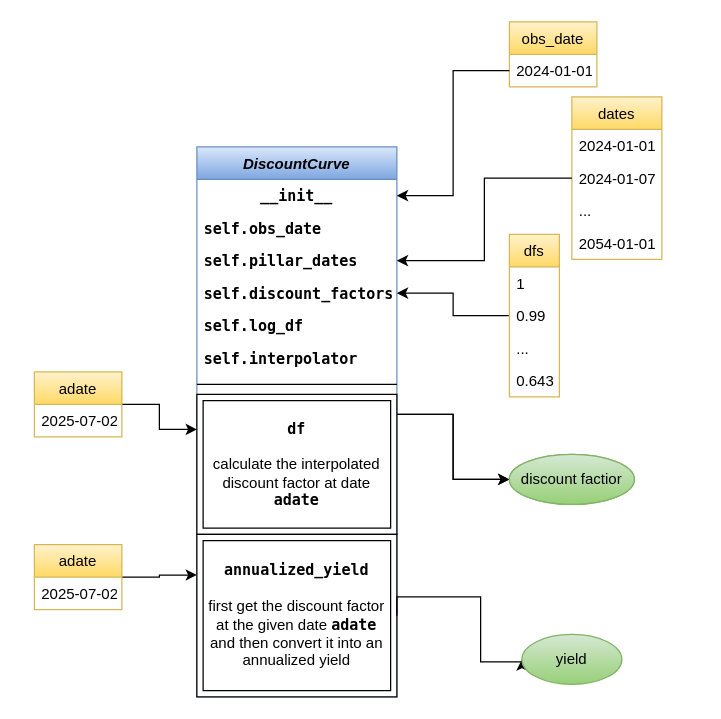
Before: input_files/DiscountCurveClass.drawio in matteosan1/finance_course, a draw.io diagram. Source tidied: cells renumbered, new cells numbered last; positions are measured from the earlier drawing's top-left corner, leaving out a move shared by most shapes. Both pictures are drawn from the tidied source at 125%, with x=0, y=0 at pixel (34, 21).
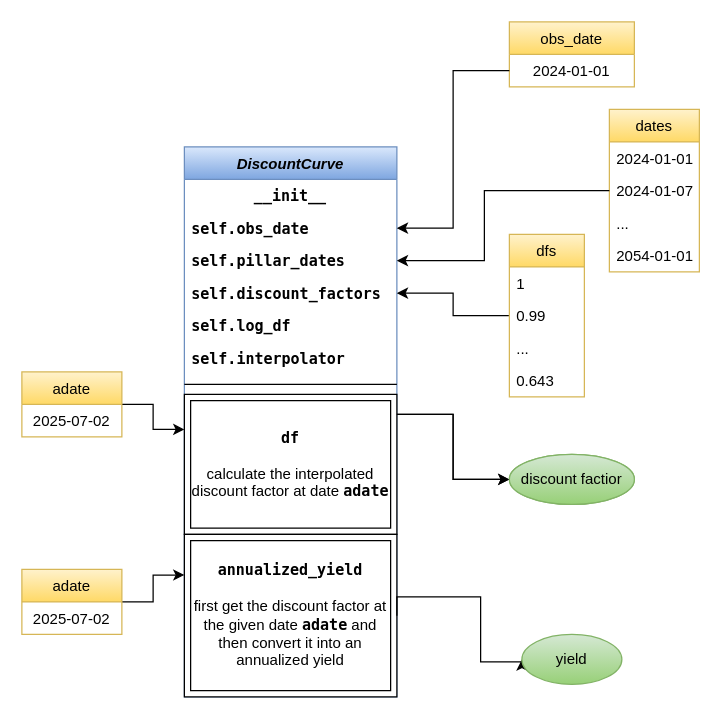
Above is the later version.

The change refers to these unchanged cells:
```xml
<mxCell id="14" value="2024-01-07" style="text;align=left;verticalAlign=top;spacingLeft=4;spacingRight=4;overflow=hidden;points=[[0,0.5],[1,0.5]];portConstraint=eastwest;rounded=0;shadow=0;html=0;" parent="12" vertex="1">
  <mxGeometry y="52" width="72" height="26" as="geometry" />
</mxCell>
```

Diff of the diagram source:
```diff
@@
     <mxCell id="2" value="DiscountCurve" style="swimlane;fontStyle=3;align=center;verticalAlign=top;horizontal=1;startSize=26;rounded=0;shadow=0;strokeWidth=1;fillColor=#dae8fc;strokeColor=#6c8ebf;gradientColor=#7ea6e0;" parent="1" vertex="1">
-      <mxGeometry x="130" y="100" width="160" height="440" as="geometry" />
+      <mxGeometry x="120" y="100" width="170" height="440" as="geometry" />
     </mxCell>
     <mxCell id="3" value="__init__" style="text;align=center;verticalAlign=top;spacingLeft=4;spacingRight=4;overflow=hidden;points=[[0,0.5],[1,0.5]];portConstraint=eastwest;fontFamily=Lucida Console;fontStyle=1;" parent="2" vertex="1">
-      <mxGeometry y="26" width="160" height="26" as="geometry" />
+      <mxGeometry y="26" width="170" height="26" as="geometry" />
     </mxCell>
     <mxCell id="4" value="self.obs_date" style="text;align=left;verticalAlign=top;spacingLeft=4;spacingRight=4;overflow=hidden;points=[[0,0.5],[1,0.5]];portConstraint=eastwest;fontFamily=Lucida Console;fontStyle=1;" parent="2" vertex="1">
-      <mxGeometry y="52" width="160" height="26" as="geometry" />
+      <mxGeometry y="52" width="170" height="26" as="geometry" />
     </mxCell>
     <mxCell id="5" value="self.pillar_dates" style="text;align=left;verticalAlign=top;spacingLeft=4;spacingRight=4;overflow=hidden;points=[[0,0.5],[1,0.5]];portConstraint=eastwest;rounded=0;shadow=0;html=0;fontStyle=1;fontFamily=Lucida Console;" parent="2" vertex="1">
-      <mxGeometry y="78" width="160" height="26" as="geometry" />
+      <mxGeometry y="78" width="170" height="26" as="geometry" />
     </mxCell>
     <mxCell id="6" value="self.discount_factors" style="text;align=left;verticalAlign=top;spacingLeft=4;spacingRight=4;overflow=hidden;points=[[0,0.5],[1,0.5]];portConstraint=eastwest;rounded=0;shadow=0;html=0;fontStyle=1;fontFamily=Lucida Console;" parent="2" vertex="1">
-      <mxGeometry y="104" width="160" height="26" as="geometry" />
+      <mxGeometry y="104" width="170" height="26" as="geometry" />
     </mxCell>
     <mxCell id="7" value="self.log_df" style="text;align=left;verticalAlign=top;spacingLeft=4;spacingRight=4;overflow=hidden;rounded=0;shadow=0;html=0;fontStyle=1;fontFamily=Lucida Console;" parent="2" vertex="1">
-      <mxGeometry y="130" width="160" height="26" as="geometry" />
+      <mxGeometry y="130" width="170" height="26" as="geometry" />
     </mxCell>
     <mxCell id="8" value="self.interpolator" style="text;align=left;verticalAlign=top;spacingLeft=4;spacingRight=4;overflow=hidden;rounded=0;shadow=0;html=0;fontStyle=1;fontFamily=Lucida Console;" parent="2" vertex="1">
-      <mxGeometry y="156" width="160" height="26" as="geometry" />
+      <mxGeometry y="156" width="170" height="26" as="geometry" />
     </mxCell>
     <mxCell id="9" style="line;html=1;strokeWidth=1;align=left;verticalAlign=middle;spacingTop=-1;spacingLeft=3;spacingRight=3;labelPosition=right;" parent="2" vertex="1">
-      <mxGeometry y="182" width="160" height="16" as="geometry" />
+      <mxGeometry y="182" width="170" height="16" as="geometry" />
     </mxCell>
     <mxCell id="10" value="&lt;font style=&quot;font-weight: bold;&quot; face=&quot;Lucida Console&quot;&gt;df&lt;/font&gt;&lt;br&gt;&lt;br&gt;&lt;font style=&quot;&quot; face=&quot;Helvetica&quot;&gt;calculate the interpolated discount factor at date &lt;/font&gt;&lt;font style=&quot;font-weight: bold;&quot; face=&quot;Lucida Console&quot;&gt;adate&lt;/font&gt;" style="shape=ext;margin=3;double=1;whiteSpace=wrap;html=1;align=center;" parent="2" vertex="1">
-      <mxGeometry y="198" width="160" height="112" as="geometry" />
+      <mxGeometry y="198" width="170" height="112" as="geometry" />
     </mxCell>
     <mxCell id="11" value="&lt;b&gt;&lt;font face=&quot;Lucida Console&quot;&gt;annualized_yield&lt;/font&gt;&lt;/b&gt;&lt;br&gt;&lt;br&gt;first get the discount factor at the given date &lt;b&gt;&lt;font face=&quot;Lucida Console&quot;&gt;adate&lt;/font&gt;&lt;/b&gt; and then convert it into an annualized yield" style="shape=ext;margin=3;double=1;whiteSpace=wrap;html=1;align=center;" parent="2" vertex="1">
-      <mxGeometry y="310" width="160" height="130" as="geometry" />
+      <mxGeometry y="310" width="170" height="130" as="geometry" />
     </mxCell>
     <mxCell id="12" value="dates" style="swimlane;fontStyle=0;align=center;verticalAlign=top;horizontal=1;startSize=26;rounded=0;shadow=0;strokeWidth=1;fillColor=#fff2cc;gradientColor=#ffd966;strokeColor=#d6b656;" parent="1" vertex="1">
-      <mxGeometry x="430" y="60" width="72" height="130" as="geometry" />
+      <mxGeometry x="460" y="70" width="72" height="130" as="geometry" />
     </mxCell>
@@
     <mxCell id="18" value="dfs" style="swimlane;fontStyle=0;align=center;verticalAlign=top;horizontal=1;startSize=26;rounded=0;shadow=0;strokeWidth=1;fillColor=#fff2cc;gradientColor=#ffd966;strokeColor=#d6b656;" parent="1" vertex="1">
-      <mxGeometry x="380" y="170" width="40" height="130" as="geometry" />
+      <mxGeometry x="380" y="170" width="60" height="130" as="geometry" />
     </mxCell>
     <mxCell id="19" value="1" style="text;align=left;verticalAlign=top;spacingLeft=4;spacingRight=4;overflow=hidden;" parent="18" vertex="1">
-      <mxGeometry y="26" width="40" height="26" as="geometry" />
+      <mxGeometry y="26" width="60" height="26" as="geometry" />
     </mxCell>
     <mxCell id="20" value="0.99" style="text;align=left;verticalAlign=top;spacingLeft=4;spacingRight=4;overflow=hidden;rounded=0;shadow=0;html=0;" parent="18" vertex="1">
-      <mxGeometry y="52" width="40" height="26" as="geometry" />
+      <mxGeometry y="52" width="60" height="26" as="geometry" />
     </mxCell>
     <mxCell id="21" value="..." style="text;align=left;verticalAlign=top;spacingLeft=4;spacingRight=4;overflow=hidden;rounded=0;shadow=0;html=0;" parent="18" vertex="1">
-      <mxGeometry y="78" width="40" height="26" as="geometry" />
+      <mxGeometry y="78" width="60" height="26" as="geometry" />
     </mxCell>
     <mxCell id="22" value="0.643" style="text;align=left;verticalAlign=top;spacingLeft=4;spacingRight=4;overflow=hidden;rounded=0;shadow=0;html=0;" parent="18" vertex="1">
-      <mxGeometry y="104" width="40" height="26" as="geometry" />
+      <mxGeometry y="104" width="60" height="26" as="geometry" />
     </mxCell>
     <mxCell id="23" value="obs_date" style="swimlane;fontStyle=0;align=center;verticalAlign=top;horizontal=1;startSize=26;rounded=0;shadow=0;strokeWidth=1;fillColor=#fff2cc;gradientColor=#ffd966;strokeColor=#d6b656;" parent="1" vertex="1">
-      <mxGeometry x="380" width="70" height="52" as="geometry" />
+      <mxGeometry x="380" width="100" height="52" as="geometry" />
     </mxCell>
-    <mxCell id="24" value="2024-01-01" style="text;align=left;verticalAlign=top;spacingLeft=4;spacingRight=4;overflow=hidden;points=[[0,0.5],[1,0.5]];portConstraint=eastwest;" parent="23" vertex="1">
-      <mxGeometry y="26" width="70" height="26" as="geometry" />
+    <mxCell id="24" value="2024-01-01" style="text;align=center;verticalAlign=top;spacingLeft=4;spacingRight=4;overflow=hidden;points=[[0,0.5],[1,0.5]];portConstraint=eastwest;" parent="23" vertex="1">
+      <mxGeometry y="26" width="100" height="26" as="geometry" />
     </mxCell>
-    <mxCell id="25" style="edgeStyle=orthogonalEdgeStyle;rounded=0;jettySize=auto;html=1;exitX=0;exitY=0.5;exitDx=0;exitDy=0;entryX=1;entryY=0.5;entryDx=0;entryDy=0;" parent="1" edge="1" source="24" target="3">
-      <mxGeometry relative="1" as="geometry" />
+    <mxCell id="25" style="edgeStyle=orthogonalEdgeStyle;rounded=0;jettySize=auto;html=1;exitX=0;exitY=0.5;exitDx=0;exitDy=0;entryX=1;entryY=0.5;entryDx=0;entryDy=0;" parent="1" edge="1" source="24" target="4">
+      <mxGeometry relative="1" as="geometry">
+        <Array as="points">
+          <mxPoint x="335" y="39" />
+          <mxPoint x="335" y="165" />
+        </Array>
+      </mxGeometry>
     </mxCell>
     <mxCell id="26" style="edgeStyle=orthogonalEdgeStyle;rounded=0;jettySize=auto;html=1;exitX=0;exitY=0.5;exitDx=0;exitDy=0;entryX=1;entryY=0.5;entryDx=0;entryDy=0;" parent="1" edge="1" source="14" target="5">
-      <mxGeometry relative="1" as="geometry" />
+      <mxGeometry relative="1" as="geometry">
+        <Array as="points">
+          <mxPoint x="360" y="135" />
+          <mxPoint x="360" y="191" />
+        </Array>
+      </mxGeometry>
     </mxCell>
@@
     <mxCell id="28" value="adate" style="swimlane;fontStyle=0;align=center;verticalAlign=top;horizontal=1;startSize=26;rounded=0;shadow=0;strokeWidth=1;fillColor=#fff2cc;gradientColor=#ffd966;strokeColor=#d6b656;" parent="1" vertex="1">
-      <mxGeometry y="280" width="70" height="52" as="geometry" />
+      <mxGeometry x="-10" y="280" width="80" height="52" as="geometry" />
     </mxCell>
-    <mxCell id="29" value="2025-07-02" style="text;align=left;verticalAlign=top;spacingLeft=4;spacingRight=4;overflow=hidden;" parent="28" vertex="1">
-      <mxGeometry y="26" width="70" height="26" as="geometry" />
+    <mxCell id="29" value="2025-07-02" style="text;align=center;verticalAlign=top;spacingLeft=4;spacingRight=4;overflow=hidden;" parent="28" vertex="1">
+      <mxGeometry y="26" width="80" height="26" as="geometry" />
     </mxCell>
@@
     <mxCell id="37" value="adate" style="swimlane;fontStyle=0;align=center;verticalAlign=top;horizontal=1;startSize=26;rounded=0;shadow=0;strokeWidth=1;fillColor=#fff2cc;gradientColor=#ffd966;strokeColor=#d6b656;" parent="1" vertex="1">
-      <mxGeometry y="418.1" width="70" height="52" as="geometry" />
+      <mxGeometry x="-10" y="438" width="80" height="52" as="geometry" />
     </mxCell>
-    <mxCell id="38" value="2025-07-02" style="text;align=left;verticalAlign=top;spacingLeft=4;spacingRight=4;overflow=hidden;" parent="37" vertex="1">
-      <mxGeometry y="26" width="70" height="26" as="geometry" />
+    <mxCell id="38" value="2025-07-02" style="text;align=center;verticalAlign=top;spacingLeft=4;spacingRight=4;overflow=hidden;" parent="37" vertex="1">
+      <mxGeometry y="26" width="80" height="26" as="geometry" />
     </mxCell>
```
